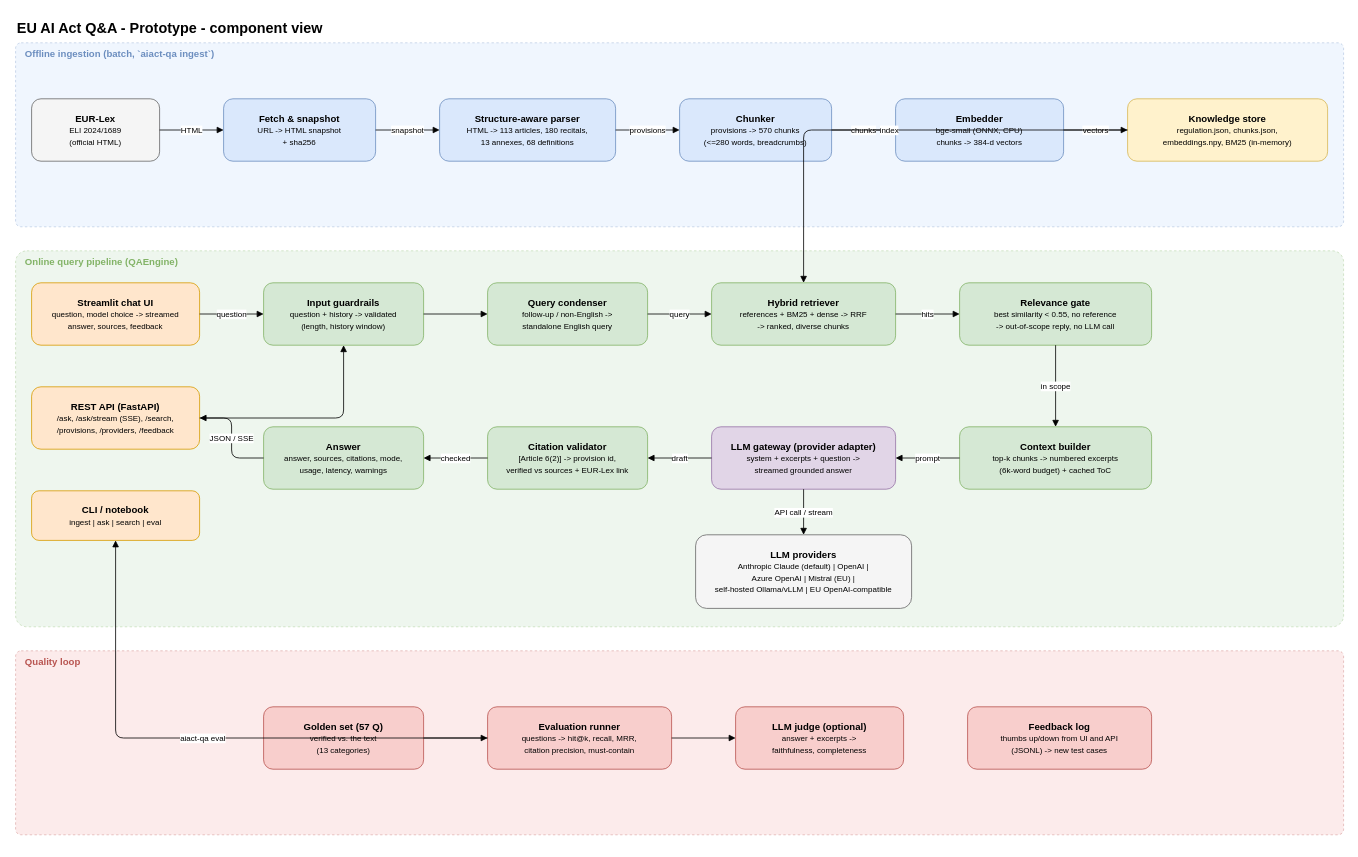
Earlier version of the draw.io diagram page "Prototype - component view" (1 of 2) of docs/architecture.drawio (Dason222/eu-ai-act-assistant). Source tidied: cells renumbered, new cells numbered last; positions are measured from the earlier drawing's top-left corner, leaving out a move shared by most shapes. Both pictures are drawn from the tidied source at 80%, with x=0, y=0 at pixel (15, 14).
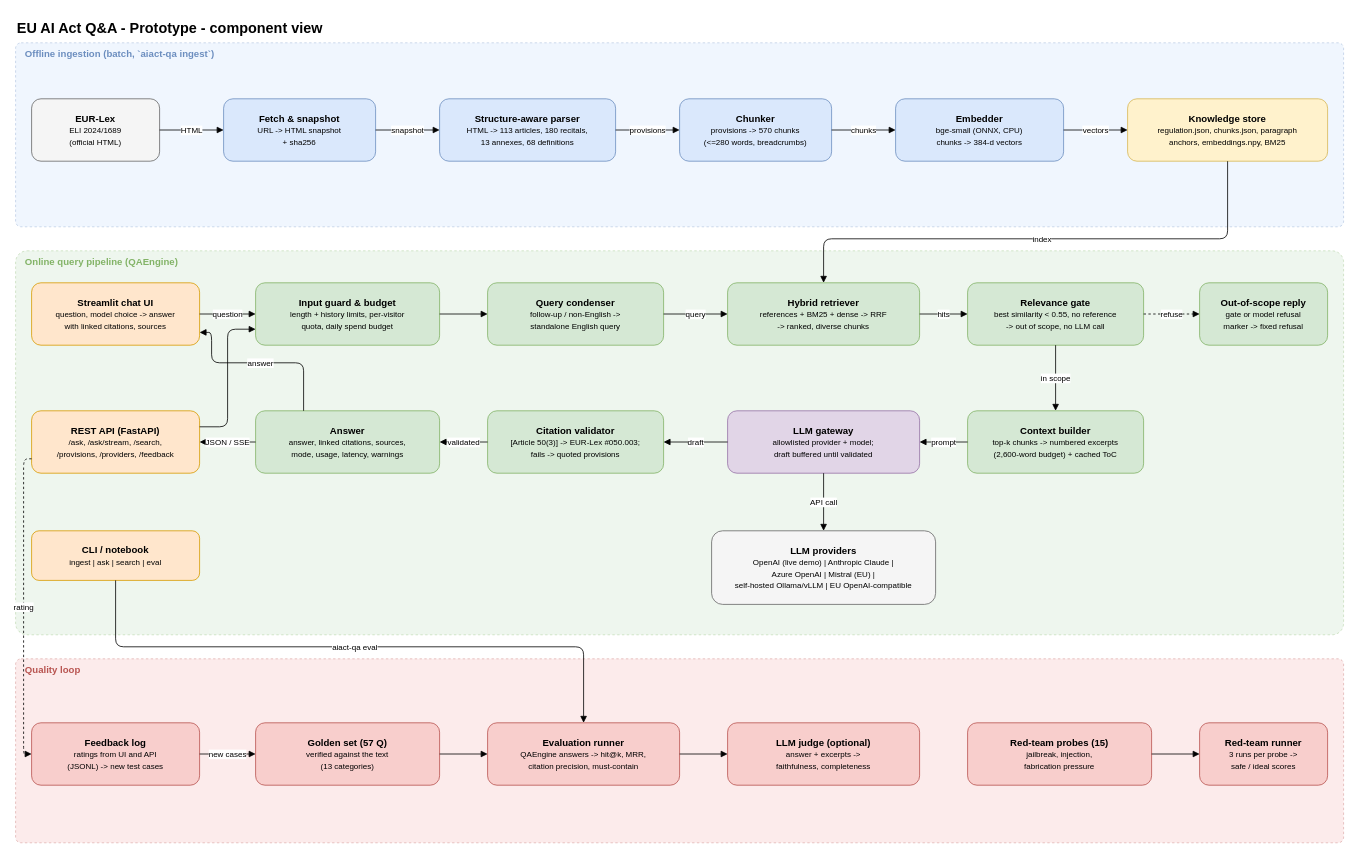
After the change.

Diff of the diagram source:
```diff
@@
     <mxCell id="4" value="Online query pipeline (QAEngine)" style="rounded=1;arcSize=3;dashed=1;fillColor=#D5E8D4;opacity=40;strokeColor=#82B366;verticalAlign=top;align=left;spacingLeft=10;fontStyle=1;fontColor=#82B366;" parent="1" vertex="1">
-      <mxGeometry y="296" width="1660" height="470" as="geometry" />
+      <mxGeometry y="296" width="1660" height="480" as="geometry" />
     </mxCell>
     <mxCell id="5" value="Quality loop" style="rounded=1;arcSize=3;dashed=1;fillColor=#F8CECC;opacity=40;strokeColor=#B85450;verticalAlign=top;align=left;spacingLeft=10;fontStyle=1;fontColor=#B85450;" parent="1" vertex="1">
-      <mxGeometry y="796" width="1660" height="230" as="geometry" />
+      <mxGeometry y="806" width="1660" height="230" as="geometry" />
     </mxCell>
@@
-    <mxCell id="11" value="&lt;b&gt;Knowledge store&lt;/b&gt;&lt;br&gt;&lt;font style='font-size:10px'&gt;regulation.json, chunks.json,&lt;br&gt;embeddings.npy, BM25 (in-memory)&lt;/font&gt;" style="rounded=1;whiteSpace=wrap;html=1;fillColor=#FFF2CC;strokeColor=#D6B656;fontSize=12;" parent="1" vertex="1">
+    <mxCell id="11" value="&lt;b&gt;Knowledge store&lt;/b&gt;&lt;br&gt;&lt;font style='font-size:10px'&gt;regulation.json, chunks.json, paragraph&lt;br&gt;anchors, embeddings.npy, BM25&lt;/font&gt;" style="rounded=1;whiteSpace=wrap;html=1;fillColor=#FFF2CC;strokeColor=#D6B656;fontSize=12;" parent="1" vertex="1">
       <mxGeometry x="1390" y="106" width="250" height="78" as="geometry" />
     </mxCell>
-    <mxCell id="12" value="&lt;b&gt;Streamlit chat UI&lt;/b&gt;&lt;br&gt;&lt;font style='font-size:10px'&gt;question, model choice -&amp;gt; streamed&lt;br&gt;answer, sources, feedback&lt;/font&gt;" style="rounded=1;whiteSpace=wrap;html=1;fillColor=#FFE6CC;strokeColor=#D79B00;fontSize=12;" parent="1" vertex="1">
+    <mxCell id="12" value="&lt;b&gt;Streamlit chat UI&lt;/b&gt;&lt;br&gt;&lt;font style='font-size:10px'&gt;question, model choice -&amp;gt; answer&lt;br&gt;with linked citations, sources&lt;/font&gt;" style="rounded=1;whiteSpace=wrap;html=1;fillColor=#FFE6CC;strokeColor=#D79B00;fontSize=12;" parent="1" vertex="1">
       <mxGeometry x="20" y="336" width="210" height="78" as="geometry" />
     </mxCell>
-    <mxCell id="13" value="&lt;b&gt;REST API (FastAPI)&lt;/b&gt;&lt;br&gt;&lt;font style='font-size:10px'&gt;/ask, /ask/stream (SSE), /search,&lt;br&gt;/provisions, /providers, /feedback&lt;/font&gt;" style="rounded=1;whiteSpace=wrap;html=1;fillColor=#FFE6CC;strokeColor=#D79B00;fontSize=12;" parent="1" vertex="1">
-      <mxGeometry x="20" y="466" width="210" height="78" as="geometry" />
+    <mxCell id="13" value="&lt;b&gt;REST API (FastAPI)&lt;/b&gt;&lt;br&gt;&lt;font style='font-size:10px'&gt;/ask, /ask/stream, /search,&lt;br&gt;/provisions, /providers, /feedback&lt;/font&gt;" style="rounded=1;whiteSpace=wrap;html=1;fillColor=#FFE6CC;strokeColor=#D79B00;fontSize=12;" parent="1" vertex="1">
+      <mxGeometry x="20" y="496" width="210" height="78" as="geometry" />
     </mxCell>
     <mxCell id="14" value="&lt;b&gt;CLI / notebook&lt;/b&gt;&lt;br&gt;&lt;font style='font-size:10px'&gt;ingest | ask | search | eval&lt;/font&gt;" style="rounded=1;whiteSpace=wrap;html=1;fillColor=#FFE6CC;strokeColor=#D79B00;fontSize=12;" parent="1" vertex="1">
-      <mxGeometry x="20" y="596" width="210" height="62" as="geometry" />
+      <mxGeometry x="20" y="646" width="210" height="62" as="geometry" />
     </mxCell>
-    <mxCell id="15" value="&lt;b&gt;Input guardrails&lt;/b&gt;&lt;br&gt;&lt;font style='font-size:10px'&gt;question + history -&amp;gt; validated&lt;br&gt;(length, history window)&lt;/font&gt;" style="rounded=1;whiteSpace=wrap;html=1;fillColor=#D5E8D4;strokeColor=#82B366;fontSize=12;" parent="1" vertex="1">
-      <mxGeometry x="310" y="336" width="200" height="78" as="geometry" />
+    <mxCell id="15" value="&lt;b&gt;Input guard &amp;amp; budget&lt;/b&gt;&lt;br&gt;&lt;font style='font-size:10px'&gt;length + history limits, per-visitor&lt;br&gt;quota, daily spend budget&lt;/font&gt;" style="rounded=1;whiteSpace=wrap;html=1;fillColor=#D5E8D4;strokeColor=#82B366;fontSize=12;" parent="1" vertex="1">
+      <mxGeometry x="300" y="336" width="230" height="78" as="geometry" />
     </mxCell>
     <mxCell id="16" value="&lt;b&gt;Query condenser&lt;/b&gt;&lt;br&gt;&lt;font style='font-size:10px'&gt;follow-up / non-English -&amp;gt;&lt;br&gt;standalone English query&lt;/font&gt;" style="rounded=1;whiteSpace=wrap;html=1;fillColor=#D5E8D4;strokeColor=#82B366;fontSize=12;" parent="1" vertex="1">
-      <mxGeometry x="590" y="336" width="200" height="78" as="geometry" />
+      <mxGeometry x="590" y="336" width="220" height="78" as="geometry" />
     </mxCell>
     <mxCell id="17" value="&lt;b&gt;Hybrid retriever&lt;/b&gt;&lt;br&gt;&lt;font style='font-size:10px'&gt;references + BM25 + dense -&amp;gt; RRF&lt;br&gt;-&amp;gt; ranked, diverse chunks&lt;/font&gt;" style="rounded=1;whiteSpace=wrap;html=1;fillColor=#D5E8D4;strokeColor=#82B366;fontSize=12;" parent="1" vertex="1">
-      <mxGeometry x="870" y="336" width="230" height="78" as="geometry" />
+      <mxGeometry x="890" y="336" width="240" height="78" as="geometry" />
     </mxCell>
-    <mxCell id="18" value="&lt;b&gt;Relevance gate&lt;/b&gt;&lt;br&gt;&lt;font style='font-size:10px'&gt;best similarity &amp;lt; 0.55, no reference&lt;br&gt;-&amp;gt; out-of-scope reply, no LLM call&lt;/font&gt;" style="rounded=1;whiteSpace=wrap;html=1;fillColor=#D5E8D4;strokeColor=#82B366;fontSize=12;" parent="1" vertex="1">
-      <mxGeometry x="1180" y="336" width="240" height="78" as="geometry" />
+    <mxCell id="18" value="&lt;b&gt;Relevance gate&lt;/b&gt;&lt;br&gt;&lt;font style='font-size:10px'&gt;best similarity &amp;lt; 0.55, no reference&lt;br&gt;-&amp;gt; out of scope, no LLM call&lt;/font&gt;" style="rounded=1;whiteSpace=wrap;html=1;fillColor=#D5E8D4;strokeColor=#82B366;fontSize=12;" parent="1" vertex="1">
+      <mxGeometry x="1190" y="336" width="220" height="78" as="geometry" />
     </mxCell>
+    <mxCell id="48" value="&lt;b&gt;Out-of-scope reply&lt;/b&gt;&lt;br&gt;&lt;font style='font-size:10px'&gt;gate or model refusal&lt;br&gt;marker -&amp;gt; fixed refusal&lt;/font&gt;" style="rounded=1;whiteSpace=wrap;html=1;fillColor=#D5E8D4;strokeColor=#82B366;fontSize=12;" parent="1" vertex="1">
+      <mxGeometry x="1480" y="336" width="160" height="78" as="geometry" />
+    </mxCell>
-    <mxCell id="19" value="&lt;b&gt;Context builder&lt;/b&gt;&lt;br&gt;&lt;font style='font-size:10px'&gt;top-k chunks -&amp;gt; numbered excerpts&lt;br&gt;(6k-word budget) + cached ToC&lt;/font&gt;" style="rounded=1;whiteSpace=wrap;html=1;fillColor=#D5E8D4;strokeColor=#82B366;fontSize=12;" parent="1" vertex="1">
-      <mxGeometry x="1180" y="516" width="240" height="78" as="geometry" />
+    <mxCell id="19" value="&lt;b&gt;Context builder&lt;/b&gt;&lt;br&gt;&lt;font style='font-size:10px'&gt;top-k chunks -&amp;gt; numbered excerpts&lt;br&gt;(2,600-word budget) + cached ToC&lt;/font&gt;" style="rounded=1;whiteSpace=wrap;html=1;fillColor=#D5E8D4;strokeColor=#82B366;fontSize=12;" parent="1" vertex="1">
+      <mxGeometry x="1190" y="496" width="220" height="78" as="geometry" />
     </mxCell>
-    <mxCell id="20" value="&lt;b&gt;LLM gateway (provider adapter)&lt;/b&gt;&lt;br&gt;&lt;font style='font-size:10px'&gt;system + excerpts + question -&amp;gt;&lt;br&gt;streamed grounded answer&lt;/font&gt;" style="rounded=1;whiteSpace=wrap;html=1;fillColor=#E1D5E7;strokeColor=#9673A6;fontSize=12;" parent="1" vertex="1">
-      <mxGeometry x="870" y="516" width="230" height="78" as="geometry" />
+    <mxCell id="20" value="&lt;b&gt;LLM gateway&lt;/b&gt;&lt;br&gt;&lt;font style='font-size:10px'&gt;allowlisted provider + model;&lt;br&gt;draft buffered until validated&lt;/font&gt;" style="rounded=1;whiteSpace=wrap;html=1;fillColor=#E1D5E7;strokeColor=#9673A6;fontSize=12;" parent="1" vertex="1">
+      <mxGeometry x="890" y="496" width="240" height="78" as="geometry" />
     </mxCell>
-    <mxCell id="21" value="&lt;b&gt;Citation validator&lt;/b&gt;&lt;br&gt;&lt;font style='font-size:10px'&gt;[Article 6(2)] -&amp;gt; provision id,&lt;br&gt;verified vs sources + EUR-Lex link&lt;/font&gt;" style="rounded=1;whiteSpace=wrap;html=1;fillColor=#D5E8D4;strokeColor=#82B366;fontSize=12;" parent="1" vertex="1">
-      <mxGeometry x="590" y="516" width="200" height="78" as="geometry" />
+    <mxCell id="21" value="&lt;b&gt;Citation validator&lt;/b&gt;&lt;br&gt;&lt;font style='font-size:10px'&gt;[Article 50(3)] -&amp;gt; EUR-Lex #050.003;&lt;br&gt;fails -&amp;gt; quoted provisions&lt;/font&gt;" style="rounded=1;whiteSpace=wrap;html=1;fillColor=#D5E8D4;strokeColor=#82B366;fontSize=12;" parent="1" vertex="1">
+      <mxGeometry x="590" y="496" width="220" height="78" as="geometry" />
     </mxCell>
-    <mxCell id="22" value="&lt;b&gt;Answer&lt;/b&gt;&lt;br&gt;&lt;font style='font-size:10px'&gt;answer, sources, citations, mode,&lt;br&gt;usage, latency, warnings&lt;/font&gt;" style="rounded=1;whiteSpace=wrap;html=1;fillColor=#D5E8D4;strokeColor=#82B366;fontSize=12;" parent="1" vertex="1">
-      <mxGeometry x="310" y="516" width="200" height="78" as="geometry" />
+    <mxCell id="22" value="&lt;b&gt;Answer&lt;/b&gt;&lt;br&gt;&lt;font style='font-size:10px'&gt;answer, linked citations, sources,&lt;br&gt;mode, usage, latency, warnings&lt;/font&gt;" style="rounded=1;whiteSpace=wrap;html=1;fillColor=#D5E8D4;strokeColor=#82B366;fontSize=12;" parent="1" vertex="1">
+      <mxGeometry x="300" y="496" width="230" height="78" as="geometry" />
     </mxCell>
-    <mxCell id="23" value="&lt;b&gt;LLM providers&lt;/b&gt;&lt;br&gt;&lt;font style='font-size:10px'&gt;Anthropic Claude (default) | OpenAI |&lt;br&gt;Azure OpenAI | Mistral (EU) |&lt;br&gt;self-hosted Ollama/vLLM | EU OpenAI-compatible&lt;/font&gt;" style="rounded=1;whiteSpace=wrap;html=1;fillColor=#F5F5F5;strokeColor=#666666;fontSize=12;" parent="1" vertex="1">
-      <mxGeometry x="850" y="651" width="270" height="92" as="geometry" />
+    <mxCell id="23" value="&lt;b&gt;LLM providers&lt;/b&gt;&lt;br&gt;&lt;font style='font-size:10px'&gt;OpenAI (live demo) | Anthropic Claude |&lt;br&gt;Azure OpenAI | Mistral (EU) |&lt;br&gt;self-hosted Ollama/vLLM | EU OpenAI-compatible&lt;/font&gt;" style="rounded=1;whiteSpace=wrap;html=1;fillColor=#F5F5F5;strokeColor=#666666;fontSize=12;" parent="1" vertex="1">
+      <mxGeometry x="870" y="646" width="280" height="92" as="geometry" />
     </mxCell>
+    <mxCell id="27" value="&lt;b&gt;Feedback log&lt;/b&gt;&lt;br&gt;&lt;font style='font-size:10px'&gt;ratings from UI and API&lt;br&gt;(JSONL) -&amp;gt; new test cases&lt;/font&gt;" style="rounded=1;whiteSpace=wrap;html=1;fillColor=#F8CECC;strokeColor=#B85450;fontSize=12;" parent="1" vertex="1">
+      <mxGeometry x="20" y="886" width="210" height="78" as="geometry" />
+    </mxCell>
-    <mxCell id="24" value="&lt;b&gt;Golden set (57 Q)&lt;/b&gt;&lt;br&gt;&lt;font style='font-size:10px'&gt;verified vs. the text&lt;br&gt;(13 categories)&lt;/font&gt;" style="rounded=1;whiteSpace=wrap;html=1;fillColor=#F8CECC;strokeColor=#B85450;fontSize=12;" parent="1" vertex="1">
-      <mxGeometry x="310" y="866" width="200" height="78" as="geometry" />
+    <mxCell id="24" value="&lt;b&gt;Golden set (57 Q)&lt;/b&gt;&lt;br&gt;&lt;font style='font-size:10px'&gt;verified against the text&lt;br&gt;(13 categories)&lt;/font&gt;" style="rounded=1;whiteSpace=wrap;html=1;fillColor=#F8CECC;strokeColor=#B85450;fontSize=12;" parent="1" vertex="1">
+      <mxGeometry x="300" y="886" width="230" height="78" as="geometry" />
     </mxCell>
-    <mxCell id="25" value="&lt;b&gt;Evaluation runner&lt;/b&gt;&lt;br&gt;&lt;font style='font-size:10px'&gt;questions -&amp;gt; hit@k, recall, MRR,&lt;br&gt;citation precision, must-contain&lt;/font&gt;" style="rounded=1;whiteSpace=wrap;html=1;fillColor=#F8CECC;strokeColor=#B85450;fontSize=12;" parent="1" vertex="1">
-      <mxGeometry x="590" y="866" width="230" height="78" as="geometry" />
+    <mxCell id="25" value="&lt;b&gt;Evaluation runner&lt;/b&gt;&lt;br&gt;&lt;font style='font-size:10px'&gt;QAEngine answers -&amp;gt; hit@k, MRR,&lt;br&gt;citation precision, must-contain&lt;/font&gt;" style="rounded=1;whiteSpace=wrap;html=1;fillColor=#F8CECC;strokeColor=#B85450;fontSize=12;" parent="1" vertex="1">
+      <mxGeometry x="590" y="886" width="240" height="78" as="geometry" />
     </mxCell>
     <mxCell id="26" value="&lt;b&gt;LLM judge (optional)&lt;/b&gt;&lt;br&gt;&lt;font style='font-size:10px'&gt;answer + excerpts -&amp;gt;&lt;br&gt;faithfulness, completeness&lt;/font&gt;" style="rounded=1;whiteSpace=wrap;html=1;fillColor=#F8CECC;strokeColor=#B85450;fontSize=12;" parent="1" vertex="1">
-      <mxGeometry x="900" y="866" width="210" height="78" as="geometry" />
+      <mxGeometry x="890" y="886" width="240" height="78" as="geometry" />
     </mxCell>
-    <mxCell id="27" value="&lt;b&gt;Feedback log&lt;/b&gt;&lt;br&gt;&lt;font style='font-size:10px'&gt;thumbs up/down from UI and API&lt;br&gt;(JSONL) -&amp;gt; new test cases&lt;/font&gt;" style="rounded=1;whiteSpace=wrap;html=1;fillColor=#F8CECC;strokeColor=#B85450;fontSize=12;" parent="1" vertex="1">
-      <mxGeometry x="1190" y="866" width="230" height="78" as="geometry" />
-    </mxCell>
+    <mxCell id="49" value="&lt;b&gt;Red-team probes (15)&lt;/b&gt;&lt;br&gt;&lt;font style='font-size:10px'&gt;jailbreak, injection,&lt;br&gt;fabrication pressure&lt;/font&gt;" style="rounded=1;whiteSpace=wrap;html=1;fillColor=#F8CECC;strokeColor=#B85450;fontSize=12;" parent="1" vertex="1">
+      <mxGeometry x="1190" y="886" width="230" height="78" as="geometry" />
+    </mxCell>
+    <mxCell id="50" value="&lt;b&gt;Red-team runner&lt;/b&gt;&lt;br&gt;&lt;font style='font-size:10px'&gt;3 runs per probe -&amp;gt;&lt;br&gt;safe / ideal scores&lt;/font&gt;" style="rounded=1;whiteSpace=wrap;html=1;fillColor=#F8CECC;strokeColor=#B85450;fontSize=12;" parent="1" vertex="1">
+      <mxGeometry x="1480" y="886" width="160" height="78" as="geometry" />
+    </mxCell>
@@
-    <mxCell id="33" value="question" style="edgeStyle=orthogonalEdgeStyle;rounded=1;html=1;endArrow=block;fontSize=10;" parent="1" edge="1" source="12" target="15">
-      <mxGeometry relative="1" as="geometry" />
+    <mxCell id="33" value="index" style="edgeStyle=orthogonalEdgeStyle;rounded=1;html=1;endArrow=block;fontSize=10;" parent="1" edge="1" source="11" target="17">
+      <mxGeometry relative="1" as="geometry">
+        <Array as="points">
+          <mxPoint x="1515" y="281" />
+          <mxPoint x="1010" y="281" />
+        </Array>
+      </mxGeometry>
     </mxCell>
-    <mxCell id="34" style="edgeStyle=orthogonalEdgeStyle;rounded=1;html=1;endArrow=block;fontSize=10;" parent="1" edge="1" source="13" target="15">
+    <mxCell id="34" value="question" style="edgeStyle=orthogonalEdgeStyle;rounded=1;html=1;endArrow=block;fontSize=10;" parent="1" edge="1" source="12" target="15">
       <mxGeometry relative="1" as="geometry" />
     </mxCell>
-    <mxCell id="35" style="edgeStyle=orthogonalEdgeStyle;rounded=1;html=1;endArrow=block;fontSize=10;" parent="1" edge="1" source="15" target="16">
-      <mxGeometry relative="1" as="geometry" />
+    <mxCell id="35" style="edgeStyle=orthogonalEdgeStyle;rounded=1;html=1;endArrow=block;fontSize=10;" parent="1" edge="1" source="13" target="15">
+      <mxGeometry relative="1" as="geometry">
+        <Array as="points">
+          <mxPoint x="265" y="516" />
+          <mxPoint x="265" y="394" />
+        </Array>
+      </mxGeometry>
     </mxCell>
-    <mxCell id="36" value="query" style="edgeStyle=orthogonalEdgeStyle;rounded=1;html=1;endArrow=block;fontSize=10;" parent="1" edge="1" source="16" target="17">
+    <mxCell id="36" style="edgeStyle=orthogonalEdgeStyle;rounded=1;html=1;endArrow=block;fontSize=10;" parent="1" edge="1" source="15" target="16">
       <mxGeometry relative="1" as="geometry" />
     </mxCell>
-    <mxCell id="37" value="index" style="edgeStyle=orthogonalEdgeStyle;rounded=1;html=1;endArrow=block;fontSize=10;" parent="1" edge="1" source="11" target="17">
+    <mxCell id="37" value="query" style="edgeStyle=orthogonalEdgeStyle;rounded=1;html=1;endArrow=block;fontSize=10;" parent="1" edge="1" source="16" target="17">
       <mxGeometry relative="1" as="geometry" />
     </mxCell>
@@
-    <mxCell id="39" value="in scope" style="edgeStyle=orthogonalEdgeStyle;rounded=1;html=1;endArrow=block;fontSize=10;" parent="1" edge="1" source="18" target="19">
+    <mxCell id="39" value="refuse" style="edgeStyle=orthogonalEdgeStyle;rounded=1;html=1;endArrow=block;fontSize=10;dashed=1;" parent="1" edge="1" source="18" target="48">
       <mxGeometry relative="1" as="geometry" />
     </mxCell>
-    <mxCell id="40" value="prompt" style="edgeStyle=orthogonalEdgeStyle;rounded=1;html=1;endArrow=block;fontSize=10;" parent="1" edge="1" source="19" target="20">
+    <mxCell id="40" value="in scope" style="edgeStyle=orthogonalEdgeStyle;rounded=1;html=1;endArrow=block;fontSize=10;" parent="1" edge="1" source="18" target="19">
       <mxGeometry relative="1" as="geometry" />
     </mxCell>
-    <mxCell id="41" value="API call / stream" style="edgeStyle=orthogonalEdgeStyle;rounded=1;html=1;endArrow=block;fontSize=10;" parent="1" edge="1" source="20" target="23">
+    <mxCell id="41" value="prompt" style="edgeStyle=orthogonalEdgeStyle;rounded=1;html=1;endArrow=block;fontSize=10;" parent="1" edge="1" source="19" target="20">
       <mxGeometry relative="1" as="geometry" />
     </mxCell>
-    <mxCell id="42" value="draft" style="edgeStyle=orthogonalEdgeStyle;rounded=1;html=1;endArrow=block;fontSize=10;" parent="1" edge="1" source="20" target="21">
+    <mxCell id="42" value="API call" style="edgeStyle=orthogonalEdgeStyle;rounded=1;html=1;endArrow=block;fontSize=10;" parent="1" edge="1" source="20" target="23">
       <mxGeometry relative="1" as="geometry" />
     </mxCell>
-    <mxCell id="43" value="checked" style="edgeStyle=orthogonalEdgeStyle;rounded=1;html=1;endArrow=block;fontSize=10;" parent="1" edge="1" source="21" target="22">
+    <mxCell id="43" value="draft" style="edgeStyle=orthogonalEdgeStyle;rounded=1;html=1;endArrow=block;fontSize=10;" parent="1" edge="1" source="20" target="21">
       <mxGeometry relative="1" as="geometry" />
     </mxCell>
-    <mxCell id="44" value="JSON / SSE" style="edgeStyle=orthogonalEdgeStyle;rounded=1;html=1;endArrow=block;fontSize=10;" parent="1" edge="1" source="22" target="13">
+    <mxCell id="44" value="validated" style="edgeStyle=orthogonalEdgeStyle;rounded=1;html=1;endArrow=block;fontSize=10;" parent="1" edge="1" source="21" target="22">
       <mxGeometry relative="1" as="geometry" />
     </mxCell>
-    <mxCell id="45" style="edgeStyle=orthogonalEdgeStyle;rounded=1;html=1;endArrow=block;fontSize=10;" parent="1" edge="1" source="24" target="25">
+    <mxCell id="45" value="JSON / SSE" style="edgeStyle=orthogonalEdgeStyle;rounded=1;html=1;endArrow=block;fontSize=10;" parent="1" edge="1" source="22" target="13">
       <mxGeometry relative="1" as="geometry" />
     </mxCell>
-    <mxCell id="46" value="aiact-qa eval" style="edgeStyle=orthogonalEdgeStyle;rounded=1;html=1;endArrow=block;fontSize=10;" parent="1" edge="1" source="25" target="14">
-      <mxGeometry relative="1" as="geometry" />
+    <mxCell id="46" value="answer" style="edgeStyle=orthogonalEdgeStyle;rounded=1;html=1;endArrow=block;fontSize=10;" parent="1" edge="1" source="22" target="12">
+      <mxGeometry relative="1" as="geometry">
+        <Array as="points">
+          <mxPoint x="360" y="436" />
+          <mxPoint x="245" y="436" />
+          <mxPoint x="245" y="398" />
+        </Array>
+      </mxGeometry>
     </mxCell>
-    <mxCell id="47" style="edgeStyle=orthogonalEdgeStyle;rounded=1;html=1;endArrow=block;fontSize=10;" parent="1" edge="1" source="25" target="26">
-      <mxGeometry relative="1" as="geometry" />
+    <mxCell id="47" value="aiact-qa eval" style="edgeStyle=orthogonalEdgeStyle;rounded=1;html=1;endArrow=block;fontSize=10;" parent="1" edge="1" source="14" target="25">
+      <mxGeometry relative="1" as="geometry">
+        <Array as="points">
+          <mxPoint x="125" y="791" />
+          <mxPoint x="710" y="791" />
+        </Array>
+      </mxGeometry>
     </mxCell>
+    <mxCell id="51" value="rating" style="edgeStyle=orthogonalEdgeStyle;rounded=1;html=1;endArrow=block;fontSize=10;dashed=1;" parent="1" edge="1" source="13" target="27">
+      <mxGeometry relative="1" as="geometry">
+        <Array as="points">
+          <mxPoint x="10" y="556" />
+          <mxPoint x="10" y="925" />
+        </Array>
+      </mxGeometry>
+    </mxCell>
+    <mxCell id="52" value="new cases" style="edgeStyle=orthogonalEdgeStyle;rounded=1;html=1;endArrow=block;fontSize=10;" parent="1" edge="1" source="27" target="24">
+      <mxGeometry relative="1" as="geometry" />
+    </mxCell>
+    <mxCell id="53" style="edgeStyle=orthogonalEdgeStyle;rounded=1;html=1;endArrow=block;fontSize=10;" parent="1" edge="1" source="24" target="25">
+      <mxGeometry relative="1" as="geometry" />
+    </mxCell>
+    <mxCell id="54" style="edgeStyle=orthogonalEdgeStyle;rounded=1;html=1;endArrow=block;fontSize=10;" parent="1" edge="1" source="25" target="26">
+      <mxGeometry relative="1" as="geometry" />
+    </mxCell>
+    <mxCell id="55" style="edgeStyle=orthogonalEdgeStyle;rounded=1;html=1;endArrow=block;fontSize=10;" parent="1" edge="1" source="49" target="50">
+      <mxGeometry relative="1" as="geometry" />
+    </mxCell>
```
